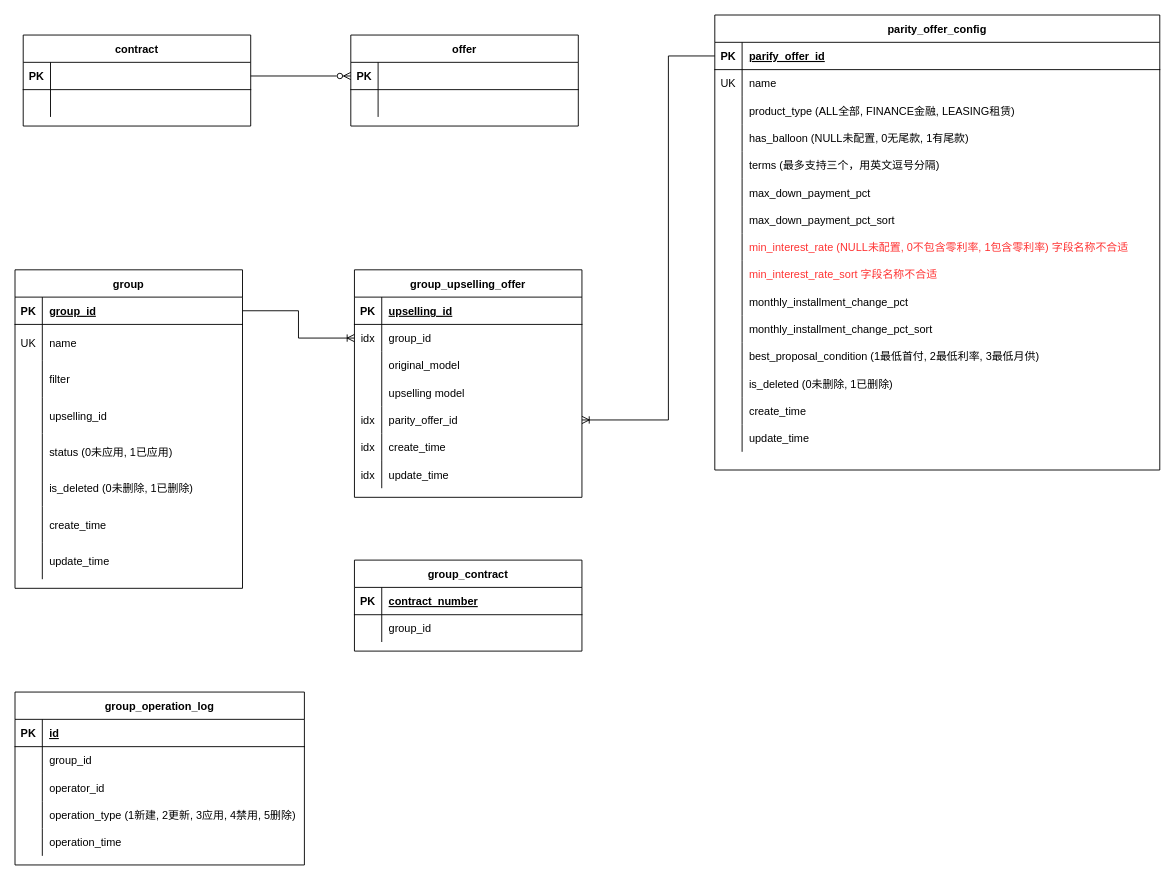
This is insight.drawio from likun0121/insight, a draw.io file, before an edit. Source tidied: cells renumbered, new cells numbered last; positions are measured from the earlier drawing's top-left corner, leaving out a move shared by most shapes. Both pictures are drawn from the tidied source at 91%, with x=0, y=0 at pixel (15, 15).
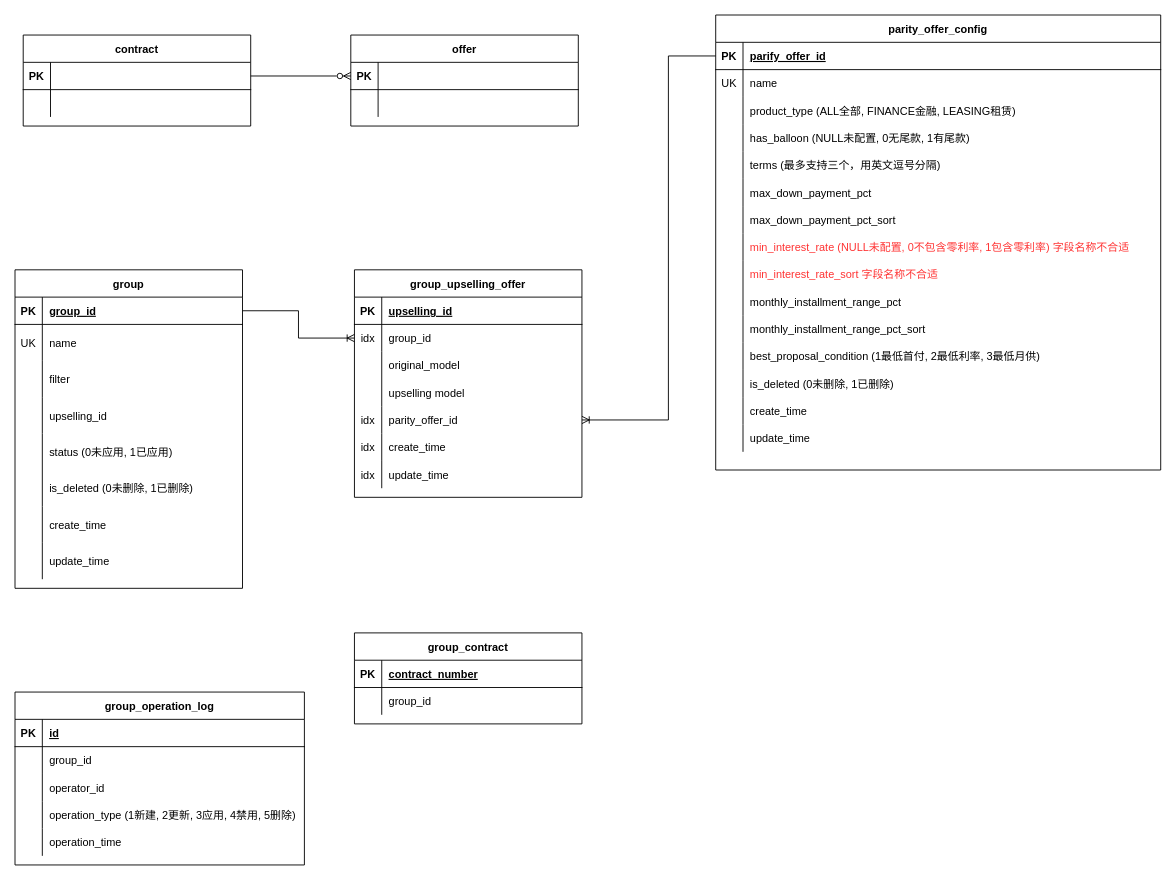
After the change.

The change refers to these unchanged cells:
```xml
<mxCell id="70" style="shape=partialRectangle;fillColor=none;top=0;left=0;right=0;bottom=0;" parent="42" vertex="1">
  <mxGeometry y="300" width="489" height="30" as="geometry" />
</mxCell>
<mxCell id="73" style="shape=partialRectangle;fillColor=none;top=0;left=0;right=0;bottom=0;" parent="42" vertex="1">
  <mxGeometry y="330" width="489" height="30" as="geometry" />
</mxCell>
```

Diff of the diagram source:
```diff
@@
     <mxCell id="42" value="parity_offer_config" style="shape=table;startSize=30;childLayout=tableLayout;rowLines=0;fontStyle=1;align=center;" parent="1" vertex="1">
-      <mxGeometry x="769" width="489" height="500" as="geometry" />
+      <mxGeometry x="770" width="489" height="500" as="geometry" />
     </mxCell>
@@
-    <mxCell id="72" value="monthly_installment_change_pct" style="shape=partialRectangle;overflow=hidden;fillColor=none;top=0;left=0;bottom=0;right=0;align=left;spacingLeft=6;" parent="70" vertex="1">
+    <mxCell id="72" value="monthly_installment_range_pct" style="shape=partialRectangle;overflow=hidden;fillColor=none;top=0;left=0;bottom=0;right=0;align=left;spacingLeft=6;" parent="70" vertex="1">
       <mxGeometry x="30" width="459" height="30" as="geometry" />
     </mxCell>
@@
-    <mxCell id="75" value="monthly_installment_change_pct_sort" style="shape=partialRectangle;overflow=hidden;fillColor=none;top=0;left=0;bottom=0;right=0;align=left;spacingLeft=6;" parent="73" vertex="1">
+    <mxCell id="75" value="monthly_installment_range_pct_sort" style="shape=partialRectangle;overflow=hidden;fillColor=none;top=0;left=0;bottom=0;right=0;align=left;spacingLeft=6;" parent="73" vertex="1">
       <mxGeometry x="30" width="459" height="30" as="geometry" />
     </mxCell>
@@
     <mxCell id="110" value="group_contract" style="shape=table;startSize=30;childLayout=tableLayout;rowLines=0;fontStyle=1;align=center;" parent="1" vertex="1">
-      <mxGeometry x="373" y="599" width="250" height="100" as="geometry" />
+      <mxGeometry x="373" y="679" width="250" height="100" as="geometry" />
     </mxCell>
```
